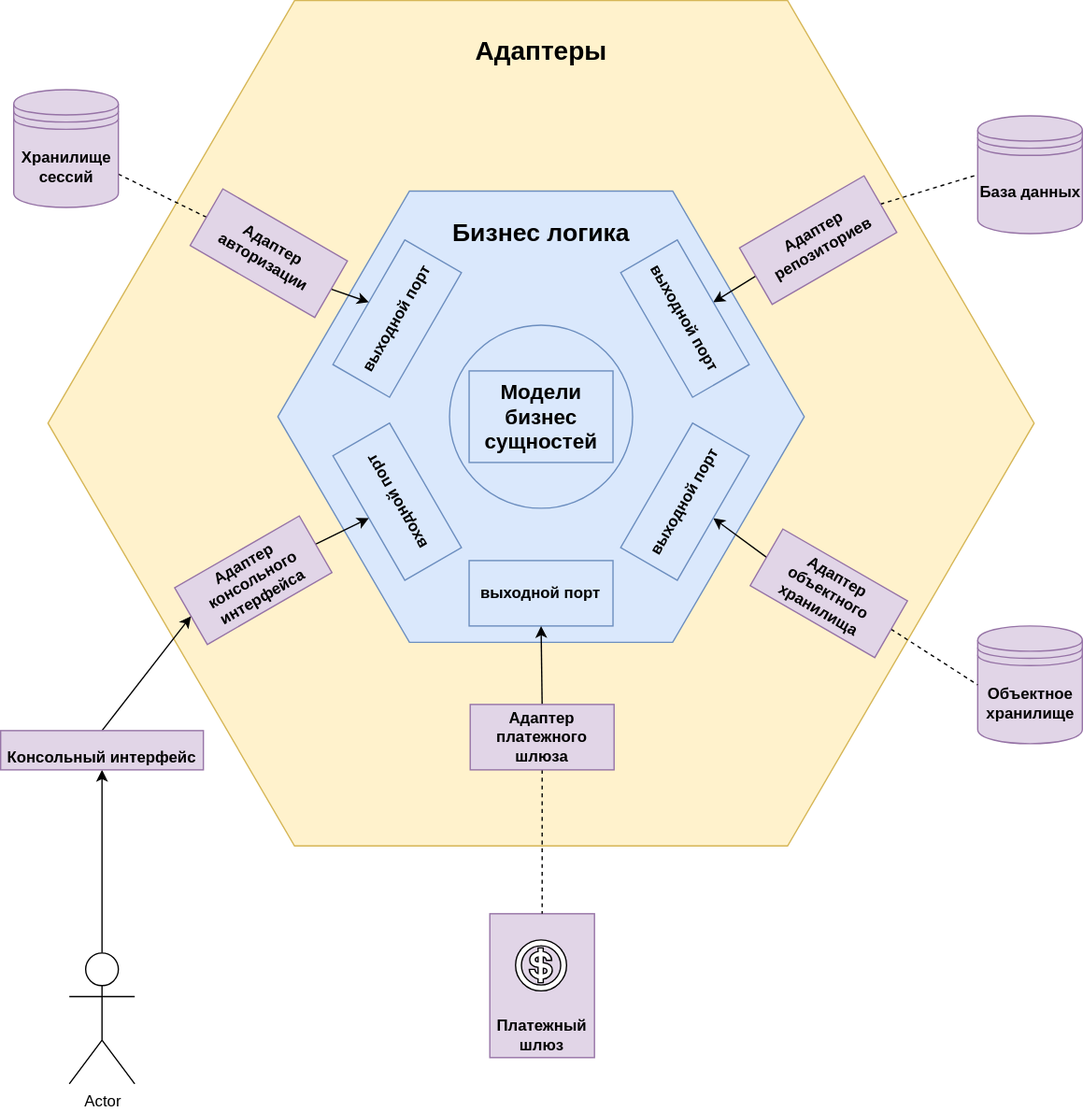
Earlier version of the draw.io export pics/components.svg (hanoys/sigma-music). Source tidied: cells renumbered, new cells last; positions are measured from the earlier drawing's top-left corner, leaving out a move shared by most shapes.
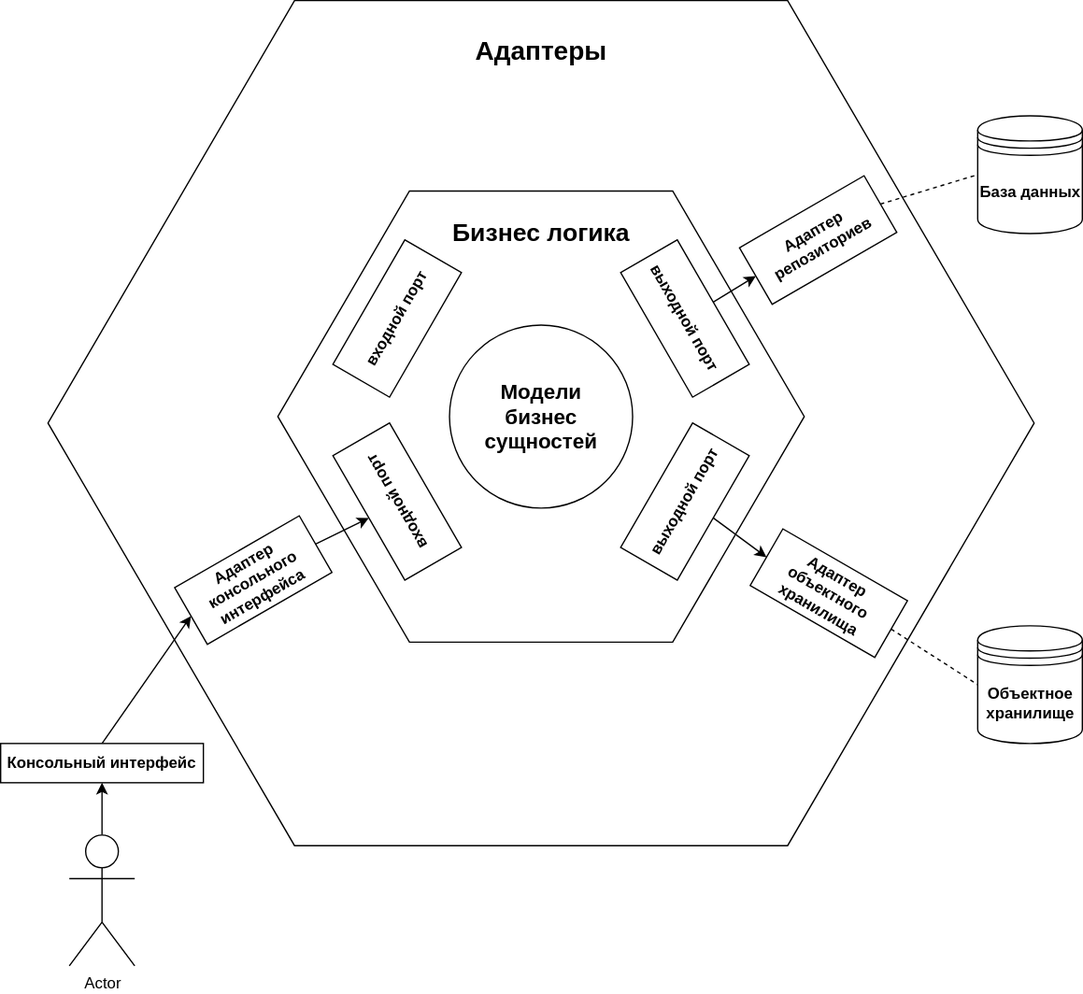
The same diagram one commit later.

Diff of the diagram source:
```diff
@@ -2,107 +2,77 @@
   <root>
     <mxCell id="0" />
     <mxCell id="1" parent="0" />
-    <mxCell id="2" style="shape=mxgraph.bpmn.conversation;perimeter=hexagonPerimeter2;whiteSpace=wrap;html=1;bpmnConversationType=conv;fillColor=#fff2cc;strokeColor=#d6b656;" parent="1" vertex="1">
-      <mxGeometry x="36.2" y="-0.1" width="754" height="646.2" as="geometry" />
-    </mxCell>
-    <mxCell id="3" style="shape=mxgraph.bpmn.conversation;perimeter=hexagonPerimeter2;whiteSpace=wrap;html=1;bpmnConversationType=conv;fillColor=#dae8fc;strokeColor=#6c8ebf;" parent="1" vertex="1">
-      <mxGeometry x="211.9" y="145.5" width="402.5" height="345" as="geometry" />
-    </mxCell>
+    <mxCell id="36" style="shape=mxgraph.bpmn.conversation;perimeter=hexagonPerimeter2;whiteSpace=wrap;html=1;bpmnConversationType=conv;" parent="1" vertex="1">
+      <mxGeometry x="36.2" y="-0.1" width="754" height="646.2" as="geometry" />
+    </mxCell>
+    <mxCell id="37" style="shape=mxgraph.bpmn.conversation;perimeter=hexagonPerimeter2;whiteSpace=wrap;html=1;bpmnConversationType=conv;" parent="1" vertex="1">
+      <mxGeometry x="211.9" y="145.5" width="402.5" height="345" as="geometry" />
+    </mxCell>
     <mxCell id="4" value="Адаптеры" style="text;html=1;align=center;verticalAlign=middle;fontStyle=1;fontSize=20;" parent="1" vertex="1">
       <mxGeometry x="353.2" y="18" width="120" height="40" as="geometry" />
     </mxCell>
     <mxCell id="5" value="Бизнес логика" style="text;html=1;align=center;verticalAlign=middle;fontStyle=1;fontSize=19;" parent="1" vertex="1">
       <mxGeometry x="333.2" y="158" width="160" height="40" as="geometry" />
     </mxCell>
-    <mxCell id="6" style="ellipse;whiteSpace=wrap;html=1;fillColor=#dae8fc;strokeColor=#6c8ebf;" parent="1" vertex="1">
-      <mxGeometry x="343.2" y="248" width="140" height="140" as="geometry" />
-    </mxCell>
+    <mxCell id="38" style="ellipse;whiteSpace=wrap;html=1;" parent="1" vertex="1">
+      <mxGeometry x="343.2" y="248" width="140" height="140" as="geometry" />
+    </mxCell>
-    <mxCell id="7" value="Модели &lt;br style=&quot;font-size: 16px;&quot;&gt;бизнес&lt;br style=&quot;font-size: 16px;&quot;&gt;сущностей" style="text;html=1;align=center;verticalAlign=middle;fontStyle=1;fontSize=16;fillColor=#dae8fc;strokeColor=#6c8ebf;" parent="1" vertex="1">
+    <mxCell id="7" value="Модели &lt;br style=&quot;font-size: 16px;&quot;&gt;бизнес&lt;br style=&quot;font-size: 16px;&quot;&gt;сущностей" style="text;html=1;align=center;verticalAlign=middle;fontStyle=1;fontSize=16;" parent="1" vertex="1">
       <mxGeometry x="358.2" y="283" width="110" height="70" as="geometry" />
     </mxCell>
-    <mxCell id="8" value="выходной порт" style="rounded=0;whiteSpace=wrap;html=1;rotation=-60;fontStyle=1;fontSize=12;fillColor=#dae8fc;strokeColor=#6c8ebf;" parent="1" vertex="1">
-      <mxGeometry x="248.2" y="218" width="110" height="50" as="geometry" />
-    </mxCell>
-    <mxCell id="9" value="входной порт" style="rounded=0;whiteSpace=wrap;html=1;rotation=-120;fontStyle=1;fontSize=12;fillColor=#dae8fc;strokeColor=#6c8ebf;" parent="1" vertex="1">
-      <mxGeometry x="248.2" y="358" width="110" height="50" as="geometry" />
-    </mxCell>
-    <mxCell id="10" style="edgeStyle=none;rounded=0;jettySize=auto;html=1;exitX=0.5;exitY=0;exitDx=0;exitDy=0;entryX=0;entryY=0.5;entryDx=0;entryDy=0;endArrow=none;endFill=0;startArrow=classic;startFill=1;" parent="1" edge="1" source="11" target="20">
-      <mxGeometry relative="1" as="geometry" />
-    </mxCell>
-    <mxCell id="11" value="выходной порт" style="rounded=0;whiteSpace=wrap;html=1;rotation=60;flipV=1;flipH=1;direction=east;fontStyle=1;fontSize=12;fillColor=#dae8fc;strokeColor=#6c8ebf;" parent="1" vertex="1">
-      <mxGeometry x="468.2" y="218" width="110" height="50" as="geometry" />
-    </mxCell>
-    <mxCell id="12" style="edgeStyle=none;rounded=0;jettySize=auto;html=1;exitX=0.5;exitY=1;exitDx=0;exitDy=0;entryX=0;entryY=0.5;entryDx=0;entryDy=0;endArrow=none;endFill=0;startArrow=classic;startFill=1;" parent="1" edge="1" source="13" target="22">
-      <mxGeometry relative="1" as="geometry" />
-    </mxCell>
-    <mxCell id="13" value="выходной порт" style="rounded=0;whiteSpace=wrap;html=1;rotation=-60;flipV=1;fontStyle=1;fontSize=12;fillColor=#dae8fc;strokeColor=#6c8ebf;" parent="1" vertex="1">
-      <mxGeometry x="468.2" y="358" width="110" height="50" as="geometry" />
-    </mxCell>
-    <mxCell id="14" value="выходной порт" style="rounded=0;whiteSpace=wrap;html=1;rotation=0;flipV=1;fontStyle=1;fontSize=12;fillColor=#dae8fc;strokeColor=#6c8ebf;" parent="1" vertex="1">
-      <mxGeometry x="358.2" y="428" width="110" height="50" as="geometry" />
-    </mxCell>
+    <mxCell id="39" value="входной порт" style="rounded=0;whiteSpace=wrap;html=1;rotation=-60;fontStyle=1;fontSize=12;" parent="1" vertex="1">
+      <mxGeometry x="248.2" y="218" width="110" height="50" as="geometry" />
+    </mxCell>
+    <mxCell id="40" value="входной порт" style="rounded=0;whiteSpace=wrap;html=1;rotation=-120;fontStyle=1;fontSize=12;" parent="1" vertex="1">
+      <mxGeometry x="248.2" y="358" width="110" height="50" as="geometry" />
+    </mxCell>
+    <mxCell id="41" style="edgeStyle=none;rounded=0;jettySize=auto;html=1;exitX=0.5;exitY=0;exitDx=0;exitDy=0;entryX=0;entryY=0.5;entryDx=0;entryDy=0;" parent="1" edge="1" source="42" target="20">
+      <mxGeometry relative="1" as="geometry" />
+    </mxCell>
+    <mxCell id="42" value="выходной порт" style="rounded=0;whiteSpace=wrap;html=1;rotation=60;flipV=1;flipH=1;direction=east;fontStyle=1;fontSize=12;" parent="1" vertex="1">
+      <mxGeometry x="468.2" y="218" width="110" height="50" as="geometry" />
+    </mxCell>
+    <mxCell id="43" style="edgeStyle=none;rounded=0;jettySize=auto;html=1;exitX=0.5;exitY=1;exitDx=0;exitDy=0;entryX=0;entryY=0.5;entryDx=0;entryDy=0;" parent="1" edge="1" source="44" target="22">
+      <mxGeometry relative="1" as="geometry" />
+    </mxCell>
+    <mxCell id="44" value="выходной порт" style="rounded=0;whiteSpace=wrap;html=1;rotation=-60;flipV=1;fontStyle=1;fontSize=12;" parent="1" vertex="1">
+      <mxGeometry x="468.2" y="358" width="110" height="50" as="geometry" />
+    </mxCell>
-    <mxCell id="15" value="База данных" style="shape=datastore;html=1;labelPosition=center;verticalLabelPosition=middle;align=center;verticalAlign=middle;labelBorderColor=none;labelBackgroundColor=none;fontStyle=1;fontSize=12;fillColor=#e1d5e7;strokeColor=#9673a6;" parent="1" vertex="1">
+    <mxCell id="15" value="База данных" style="shape=datastore;html=1;labelPosition=center;verticalLabelPosition=middle;align=center;verticalAlign=middle;labelBorderColor=none;labelBackgroundColor=none;fontStyle=1;fontSize=12;" parent="1" vertex="1">
       <mxGeometry x="747" y="88" width="80" height="90" as="geometry" />
     </mxCell>
-    <mxCell id="16" value="Объектное&lt;br style=&quot;font-size: 12px;&quot;&gt;хранилище" style="shape=datastore;html=1;labelPosition=center;verticalLabelPosition=middle;align=center;verticalAlign=middle;labelBorderColor=none;labelBackgroundColor=none;fontStyle=1;fontSize=12;fillColor=#e1d5e7;strokeColor=#9673a6;" parent="1" vertex="1">
+    <mxCell id="16" value="Объектное&lt;br style=&quot;font-size: 12px;&quot;&gt;хранилище" style="shape=datastore;html=1;labelPosition=center;verticalLabelPosition=middle;align=center;verticalAlign=middle;labelBorderColor=none;labelBackgroundColor=none;fontStyle=1;fontSize=12;" parent="1" vertex="1">
       <mxGeometry x="747" y="478" width="80" height="90" as="geometry" />
     </mxCell>
-    <mxCell id="17" value="Платежный&lt;br style=&quot;font-size: 12px;&quot;&gt;шлюз" style="rounded=0;whiteSpace=wrap;html=1;labelPosition=center;verticalLabelPosition=middle;align=center;verticalAlign=bottom;fontStyle=1;fontSize=12;fillColor=#e1d5e7;strokeColor=#9673a6;" parent="1" vertex="1">
-      <mxGeometry x="374" y="698" width="80" height="110" as="geometry" />
-    </mxCell>
-    <mxCell id="18" style="shape=mxgraph.signs.travel.cashier;html=1;verticalLabelPosition=bottom;verticalAlign=top;align=center;sketch=0;" parent="1" vertex="1">
-      <mxGeometry x="393.7" y="718" width="39" height="39" as="geometry" />
-    </mxCell>
     <mxCell id="19" style="edgeStyle=none;rounded=0;jettySize=auto;html=1;exitX=1;exitY=0.5;exitDx=0;exitDy=0;entryX=0;entryY=0.5;entryDx=0;entryDy=0;endArrow=none;endFill=0;dashed=1;" parent="1" edge="1" source="20" target="15">
       <mxGeometry relative="1" as="geometry" />
     </mxCell>
-    <mxCell id="20" value="Адаптер репозиториев" style="rounded=0;whiteSpace=wrap;html=1;rotation=-30;flipV=1;flipH=1;direction=east;fontStyle=1;fontSize=12;fillColor=#e1d5e7;strokeColor=#9673a6;" parent="1" vertex="1">
+    <mxCell id="20" value="Адаптер репозиториев" style="rounded=0;whiteSpace=wrap;html=1;rotation=-30;flipV=1;flipH=1;direction=east;fontStyle=1;fontSize=12;" parent="1" vertex="1">
       <mxGeometry x="570" y="158" width="110" height="50" as="geometry" />
     </mxCell>
     <mxCell id="21" style="edgeStyle=none;rounded=0;jettySize=auto;html=1;exitX=1;exitY=0.5;exitDx=0;exitDy=0;entryX=0;entryY=0.5;entryDx=0;entryDy=0;endArrow=none;endFill=0;dashed=1;" parent="1" edge="1" source="22" target="16">
       <mxGeometry relative="1" as="geometry" />
     </mxCell>
-    <mxCell id="22" value="Адаптер объектного хранилища" style="rounded=0;whiteSpace=wrap;html=1;rotation=30;flipV=1;fontStyle=1;fontSize=12;fillColor=#e1d5e7;strokeColor=#9673a6;" parent="1" vertex="1">
+    <mxCell id="22" value="Адаптер объектного хранилища" style="rounded=0;whiteSpace=wrap;html=1;rotation=30;flipV=1;fontStyle=1;fontSize=12;" parent="1" vertex="1">
       <mxGeometry x="578.2" y="428" width="110" height="50" as="geometry" />
     </mxCell>
-    <mxCell id="23" style="edgeStyle=none;rounded=0;jettySize=auto;html=1;exitX=0.5;exitY=1;exitDx=0;exitDy=0;entryX=0.5;entryY=0;entryDx=0;entryDy=0;endArrow=none;endFill=0;dashed=1;" parent="1" edge="1" source="25" target="17">
-      <mxGeometry relative="1" as="geometry" />
-    </mxCell>
-    <mxCell id="24" style="edgeStyle=none;rounded=0;jettySize=auto;html=1;exitX=0.5;exitY=0;exitDx=0;exitDy=0;entryX=0.5;entryY=1;entryDx=0;entryDy=0;" parent="1" edge="1" source="25" target="14">
-      <mxGeometry relative="1" as="geometry" />
-    </mxCell>
-    <mxCell id="25" value="Адаптер платежного шлюза" style="rounded=0;whiteSpace=wrap;html=1;rotation=0;flipV=1;fontStyle=1;fontSize=12;fillColor=#e1d5e7;strokeColor=#9673a6;" parent="1" vertex="1">
-      <mxGeometry x="359" y="538" width="110" height="50" as="geometry" />
-    </mxCell>
-    <mxCell id="26" style="edgeStyle=none;rounded=0;jettySize=auto;html=1;exitX=1;exitY=0.5;exitDx=0;exitDy=0;entryX=0.5;entryY=0;entryDx=0;entryDy=0;" parent="1" edge="1" source="27" target="9">
-      <mxGeometry relative="1" as="geometry" />
-    </mxCell>
+    <mxCell id="45" style="edgeStyle=none;rounded=0;jettySize=auto;html=1;exitX=1;exitY=0.5;exitDx=0;exitDy=0;entryX=0.5;entryY=0;entryDx=0;entryDy=0;" parent="1" edge="1" source="27" target="40">
+      <mxGeometry relative="1" as="geometry" />
+    </mxCell>
-    <mxCell id="27" value="Адаптер консольного интерфейса" style="rounded=0;whiteSpace=wrap;html=1;rotation=-30;flipV=1;fontStyle=1;fontSize=12;fillColor=#e1d5e7;strokeColor=#9673a6;" parent="1" vertex="1">
+    <mxCell id="27" value="Адаптер консольного интерфейса" style="rounded=0;whiteSpace=wrap;html=1;rotation=-30;flipV=1;fontStyle=1;fontSize=12;" parent="1" vertex="1">
       <mxGeometry x="138.2" y="418" width="110" height="50" as="geometry" />
     </mxCell>
     <mxCell id="28" style="edgeStyle=none;rounded=0;jettySize=auto;html=1;exitX=0.5;exitY=0;exitDx=0;exitDy=0;exitPerimeter=0;" parent="1" edge="1" source="29" target="31">
       <mxGeometry relative="1" as="geometry" />
     </mxCell>
     <mxCell id="29" value="Actor" style="shape=umlActor;verticalLabelPosition=bottom;verticalAlign=top;html=1;outlineConnect=0;" parent="1" vertex="1">
-      <mxGeometry x="52.5" y="728" width="50" height="100" as="geometry" />
+      <mxGeometry x="52.5" y="638" width="50" height="100" as="geometry" />
     </mxCell>
     <mxCell id="30" style="edgeStyle=none;rounded=0;jettySize=auto;html=1;exitX=0.5;exitY=0;exitDx=0;exitDy=0;entryX=0;entryY=0.5;entryDx=0;entryDy=0;" parent="1" edge="1" source="31" target="27">
       <mxGeometry relative="1" as="geometry" />
     </mxCell>
-    <mxCell id="31" value="Консольный интерфейс" style="rounded=0;whiteSpace=wrap;html=1;labelPosition=center;verticalLabelPosition=middle;align=center;verticalAlign=bottom;fontStyle=1;fontSize=12;fillColor=#e1d5e7;strokeColor=#9673a6;" parent="1" vertex="1">
-      <mxGeometry y="558" width="155" height="30" as="geometry" />
+    <mxCell id="31" value="Консольный интерфейс" style="rounded=0;whiteSpace=wrap;html=1;labelPosition=center;verticalLabelPosition=middle;align=center;verticalAlign=middle;fontStyle=1;fontSize=12;" parent="1" vertex="1">
+      <mxGeometry y="568" width="155" height="30" as="geometry" />
     </mxCell>
-    <mxCell id="32" style="rounded=0;jettySize=auto;html=1;exitX=0;exitY=0.5;exitDx=0;exitDy=0;endArrow=none;endFill=0;dashed=1;" parent="1" edge="1" source="34" target="35">
-      <mxGeometry relative="1" as="geometry" />
-    </mxCell>
-    <mxCell id="33" style="rounded=0;jettySize=auto;html=1;exitX=1;exitY=0.5;exitDx=0;exitDy=0;entryX=0.5;entryY=0;entryDx=0;entryDy=0;" parent="1" edge="1" source="34" target="8">
-      <mxGeometry relative="1" as="geometry" />
-    </mxCell>
-    <mxCell id="34" value="Адаптер авторизации" style="rounded=0;whiteSpace=wrap;html=1;rotation=30;flipV=1;flipH=1;direction=east;fontStyle=1;fontSize=12;fillColor=#e1d5e7;strokeColor=#9673a6;" parent="1" vertex="1">
-      <mxGeometry x="150" y="168" width="110" height="50" as="geometry" />
-    </mxCell>
-    <mxCell id="35" value="Хранилище &lt;br&gt;сессий" style="shape=datastore;html=1;labelPosition=center;verticalLabelPosition=middle;align=center;verticalAlign=middle;labelBorderColor=none;labelBackgroundColor=none;fontStyle=1;fontSize=12;fillColor=#e1d5e7;strokeColor=#9673a6;" parent="1" vertex="1">
-      <mxGeometry x="10" y="68" width="80" height="90" as="geometry" />
-    </mxCell>
   </root>
 </mxGraphModel>
```
